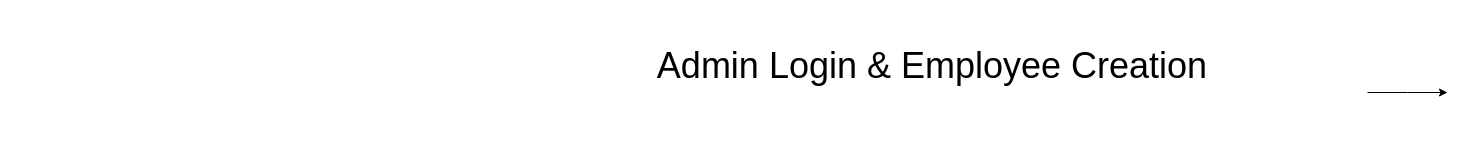
Above: MyHR.drawio in helloDevAman/FlowCharts (draw.io), before the change. Source tidied: cells renumbered, new cells numbered last; positions are measured from the earlier drawing's top-left corner, leaving out a move shared by most shapes. Both pictures are drawn from the tidied source at 100%, with x=0, y=0 at pixel (497, 37).
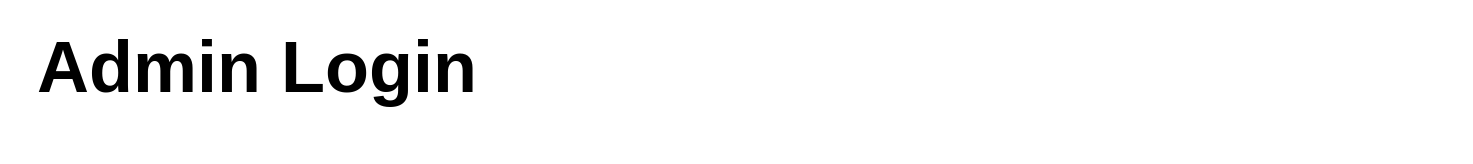
The same page after the edit.

The edit, as a diff of the source:
```diff
@@
 <mxGraphModel>
   <root>
     <mxCell id="0" />
     <mxCell id="1" parent="0" />
-    <mxCell id="2" style="edgeStyle=orthogonalEdgeStyle;rounded=0;jettySize=auto;html=1;" parent="1" edge="1" source="3">
-      <mxGeometry relative="1" as="geometry">
-        <mxPoint x="950" y="55" as="targetPoint" />
-      </mxGeometry>
-    </mxCell>
-    <mxCell id="3" value="&lt;span style=&quot;font-style: normal; font-variant-caps: normal; font-weight: 400; letter-spacing: normal; text-indent: 0px; text-transform: none; white-space: normal; word-spacing: 0px; -webkit-text-stroke-width: 0px; text-decoration: none; caret-color: rgb(0, 0, 0); color: rgb(0, 0, 0); float: none; display: inline !important;&quot;&gt;&lt;font style=&quot;font-size: 36px;&quot;&gt;Admin Login &amp;amp; Employee Creation&lt;/font&gt;&lt;/span&gt;" style="text;whiteSpace=wrap;html=1;align=center;" parent="1" vertex="1">
-      <mxGeometry width="870" height="110" as="geometry" />
-    </mxCell>
+    <mxCell id="4" value="&lt;span style=&quot;font-style: normal; font-variant-caps: normal; letter-spacing: normal; text-indent: 0px; text-transform: none; white-space: normal; word-spacing: 0px; -webkit-text-stroke-width: 0px; text-decoration: none; caret-color: rgb(0, 0, 0); color: rgb(0, 0, 0); float: none; display: inline !important;&quot;&gt;&lt;font style=&quot;font-size: 72px;&quot;&gt;&lt;b&gt;Admin Login&lt;/b&gt;&lt;/font&gt;&lt;/span&gt;" style="text;whiteSpace=wrap;html=1;align=center;" parent="1" vertex="1">
+      <mxGeometry x="-480" y="-20" width="480" height="90" as="geometry" />
+    </mxCell>
   </root>
 </mxGraphModel>
```
